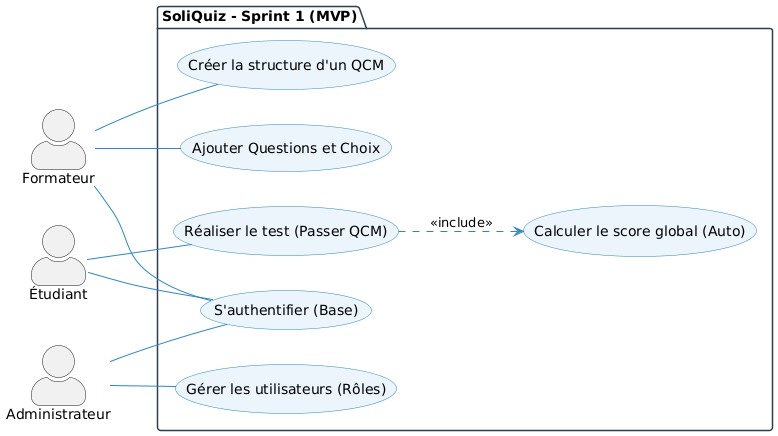
Before: images/cas-utilisation-sprint-1-mvp.png, a diagram exported from PlantUML (SoliQuiz/Rapport).
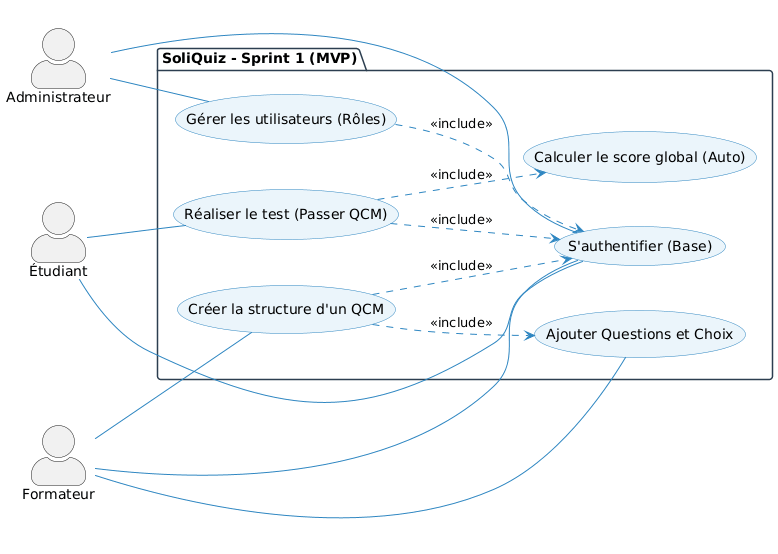
The same file after the commit.

Commit message:
docs: Add use case diagrams for global overview and sprint 1 and 2 progress.

The edit, as a diff of the source:
```diff
@@ -1,22 +1,18 @@
 @startuml
 skinparam actorStyle awesome
 left to right direction
-
 skinparam package {
     BackgroundColor White
     BorderColor #2C3E50
 }
-
 skinparam usecase {
     BackgroundColor #EBF5FB
     BorderColor #2E86C1
     ArrowColor #2E86C1
 }
-
 actor "Administrateur" as A
 actor "Formateur" as F
 actor "Étudiant" as E
-
 package "SoliQuiz - Sprint 1 (MVP)" {
     usecase "Gérer les utilisateurs (Rôles)" as UC1_6
     usecase "S'authentifier (Base)" as UC1_5
@@ -25,16 +21,16 @@
     usecase "Réaliser le test (Passer QCM)" as UC1_3
     usecase "Calculer le score global (Auto)" as UC1_4
 }
-
 A -- UC1_6
 A -- UC1_5
-
 F -- UC1_5
 F -- UC1_1
 F -- UC1_2
-
 E -- UC1_5
 E -- UC1_3
-
+UC1_1 ..> UC1_2 : <<include>>
 UC1_3 ..> UC1_4 : <<include>>
+UC1_6 ..> UC1_5 : <<include>>
+UC1_1 ..> UC1_5 : <<include>>
+UC1_3 ..> UC1_5 : <<include>>
 @enduml
```
